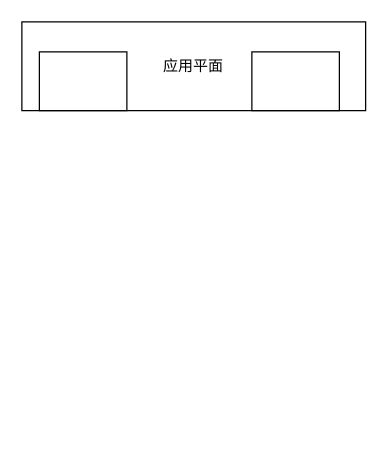
Before: page "第 3 页" (3 of 4) of 未命名绘图.drawio in wangzihan963/hello-little-white, a draw.io diagram. Source tidied: cells renumbered, new cells numbered last; positions are measured from the earlier drawing's top-left corner, leaving out a move shared by most shapes. Both pictures are drawn from the tidied source at 125%, with x=0, y=0 at pixel (21, 21).
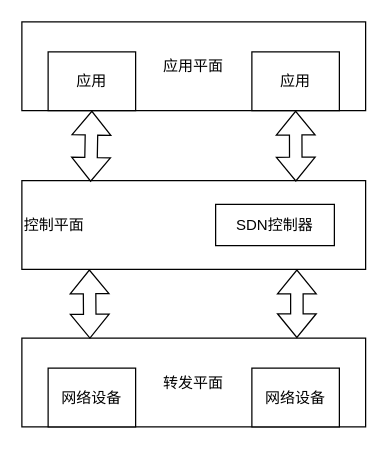
Above is the later version.

Commit message:
更新未命名绘图.drawio

Diff of the diagram source:
```diff
@@
 <mxGraphModel>
   <root>
     <mxCell id="0" />
     <mxCell id="1" parent="0" />
     <mxCell id="2" value="应用平面" style="rounded=0;whiteSpace=wrap;html=1;" parent="1" vertex="1">
       <mxGeometry width="275" height="71" as="geometry" />
     </mxCell>
-    <mxCell id="3" style="rounded=0;whiteSpace=wrap;html=1;" parent="1" vertex="1">
-      <mxGeometry x="14" y="24" width="70" height="47" as="geometry" />
+    <mxCell id="3" value="应用" style="rounded=0;whiteSpace=wrap;html=1;" parent="1" vertex="1">
+      <mxGeometry x="21" y="24" width="70" height="47" as="geometry" />
     </mxCell>
-    <mxCell id="4" style="rounded=0;whiteSpace=wrap;html=1;" parent="1" vertex="1">
+    <mxCell id="4" value="应用" style="rounded=0;whiteSpace=wrap;html=1;" parent="1" vertex="1">
       <mxGeometry x="184" y="24" width="70" height="47" as="geometry" />
     </mxCell>
+    <mxCell id="5" value="控制平面" style="rounded=0;whiteSpace=wrap;html=1;align=left;" parent="1" vertex="1">
+      <mxGeometry y="127" width="275" height="71" as="geometry" />
+    </mxCell>
+    <mxCell id="6" value="SDN控制器" style="rounded=0;whiteSpace=wrap;html=1;" parent="1" vertex="1">
+      <mxGeometry x="155" y="146" width="95" height="33" as="geometry" />
+    </mxCell>
+    <mxCell id="7" value="转发平面" style="rounded=0;whiteSpace=wrap;html=1;" parent="1" vertex="1">
+      <mxGeometry y="253" width="275" height="71" as="geometry" />
+    </mxCell>
+    <mxCell id="8" value="网络设备" style="rounded=0;whiteSpace=wrap;html=1;" parent="1" vertex="1">
+      <mxGeometry x="21" y="277" width="70" height="47" as="geometry" />
+    </mxCell>
+    <mxCell id="9" value="网络设备" style="rounded=0;whiteSpace=wrap;html=1;" parent="1" vertex="1">
+      <mxGeometry x="184" y="277" width="70" height="47" as="geometry" />
+    </mxCell>
+    <mxCell id="10" style="shape=flexArrow;endArrow=classic;startArrow=classic;html=1;rounded=0;entryX=0.5;entryY=1;entryDx=0;entryDy=0;" parent="1" edge="1" target="3">
+      <mxGeometry relative="1" as="geometry">
+        <mxPoint x="55" y="128" as="sourcePoint" />
+      </mxGeometry>
+    </mxCell>
+    <mxCell id="11" style="shape=flexArrow;endArrow=classic;startArrow=classic;html=1;rounded=0;entryX=0.5;entryY=1;entryDx=0;entryDy=0;exitX=0.797;exitY=0.011;exitDx=0;exitDy=0;exitPerimeter=0;" parent="1" edge="1" source="5" target="4">
+      <mxGeometry relative="1" as="geometry" />
+    </mxCell>
+    <mxCell id="12" style="shape=flexArrow;endArrow=classic;startArrow=classic;html=1;rounded=0;exitX=0.198;exitY=0.006;exitDx=0;exitDy=0;exitPerimeter=0;" parent="1" edge="1" source="7">
+      <mxGeometry relative="1" as="geometry">
+        <mxPoint x="54" y="198" as="targetPoint" />
+      </mxGeometry>
+    </mxCell>
+    <mxCell id="13" style="shape=flexArrow;endArrow=classic;startArrow=classic;html=1;rounded=0;" parent="1" edge="1">
+      <mxGeometry relative="1" as="geometry">
+        <mxPoint x="220" y="253" as="sourcePoint" />
+        <mxPoint x="220" y="198" as="targetPoint" />
+      </mxGeometry>
+    </mxCell>
   </root>
 </mxGraphModel>
```
